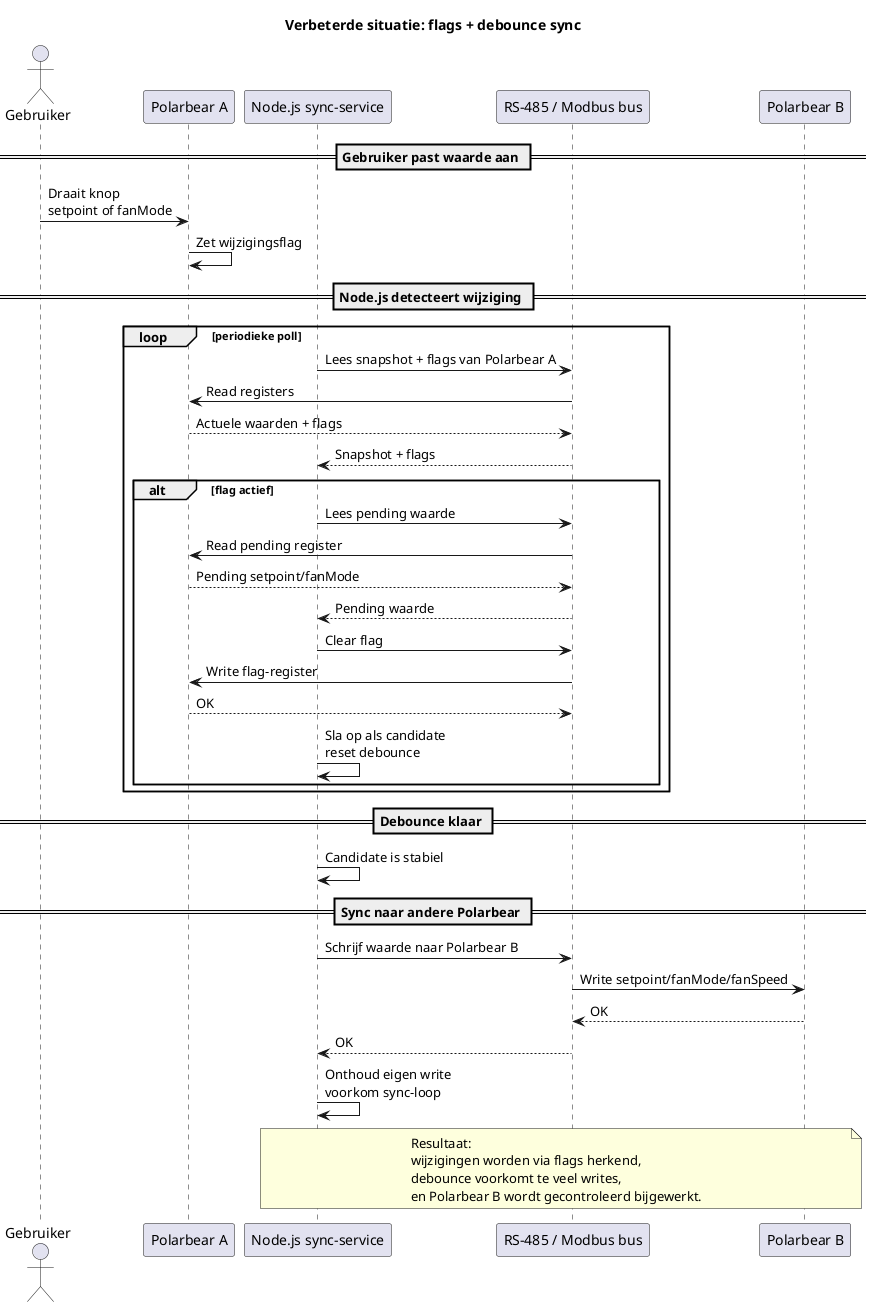
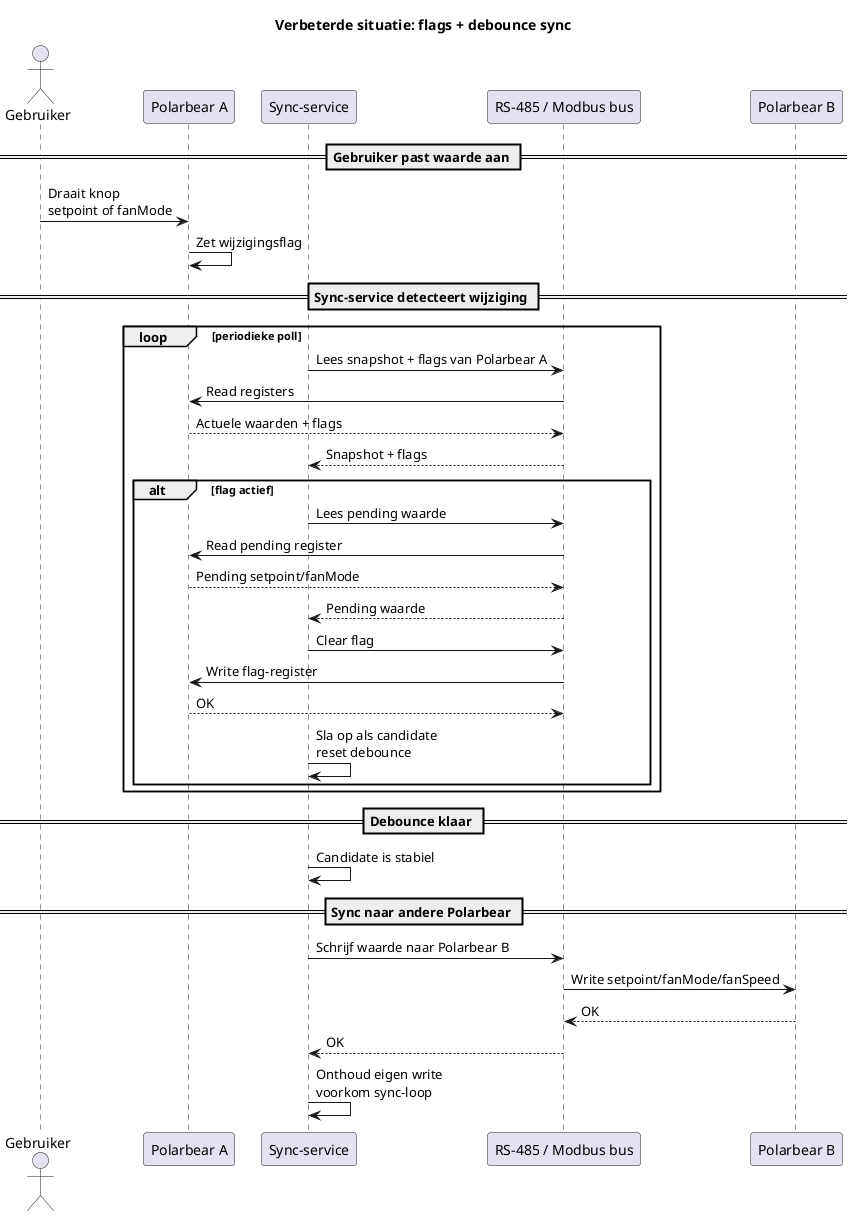
@startuml
title Verbeterde situatie: flags + debounce sync

actor "Gebruiker" as U
participant "Polarbear A" as PA
- participant "Node.js sync-service" as NJS
+ participant "Sync-service" as NJS
participant "RS-485 / Modbus bus" as BUS
participant "Polarbear B" as PB

== Gebruiker past waarde aan ==
U -> PA : Draait knop\nsetpoint of fanMode
PA -> PA : Zet wijzigingsflag

- == Node.js detecteert wijziging ==
+ == Sync-service detecteert wijziging ==
loop periodieke poll
  NJS -> BUS : Lees snapshot + flags van Polarbear A
  BUS -> PA : Read registers
  PA --> BUS : Actuele waarden + flags
  BUS --> NJS : Snapshot + flags

  alt flag actief
    NJS -> BUS : Lees pending waarde
    BUS -> PA : Read pending register
    PA --> BUS : Pending setpoint/fanMode
    BUS --> NJS : Pending waarde

    NJS -> BUS : Clear flag
    BUS -> PA : Write flag-register
    PA --> BUS : OK

    NJS -> NJS : Sla op als candidate\nreset debounce
  end
end

== Debounce klaar ==
NJS -> NJS : Candidate is stabiel

== Sync naar andere Polarbear ==
NJS -> BUS : Schrijf waarde naar Polarbear B
BUS -> PB : Write setpoint/fanMode/fanSpeed
PB --> BUS : OK
BUS --> NJS : OK

NJS -> NJS : Onthoud eigen write\nvoorkom sync-loop

- note over NJS,PB
- Resultaat:
- wijzigingen worden via flags herkend,
- debounce voorkomt te veel writes,
- en Polarbear B wordt gecontroleerd bijgewerkt.
- end note
+ 

@enduml